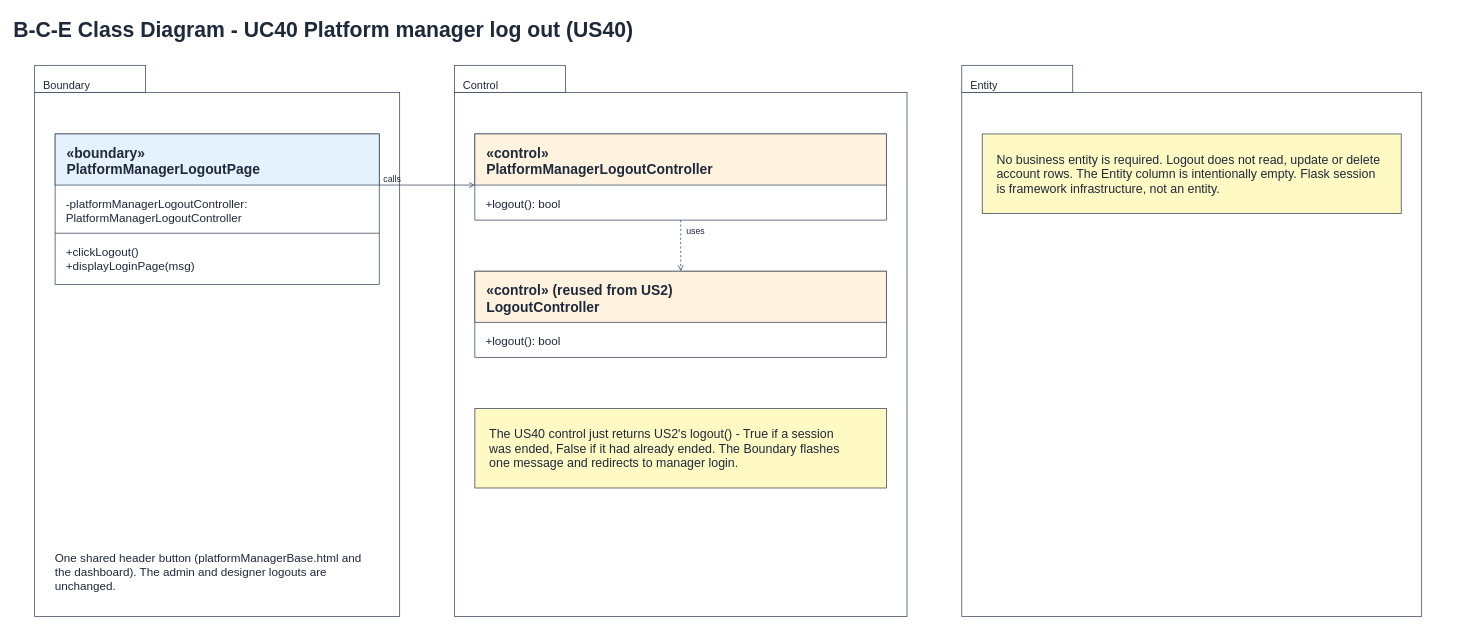
Above: page "5 BCE Class Diagram" (6 of 7) of Sprint_2/US40 - Platform Manager Log out/US40 Platform manager log out.drawio in Hanzxc/CSIT314-ARCHSS (draw.io), before the change. Source tidied: cells renumbered, new cells numbered last; positions are measured from the earlier drawing's top-left corner, leaving out a move shared by most shapes. Both pictures are drawn from the tidied source at 73%, with x=0, y=0 at pixel (12, 12).
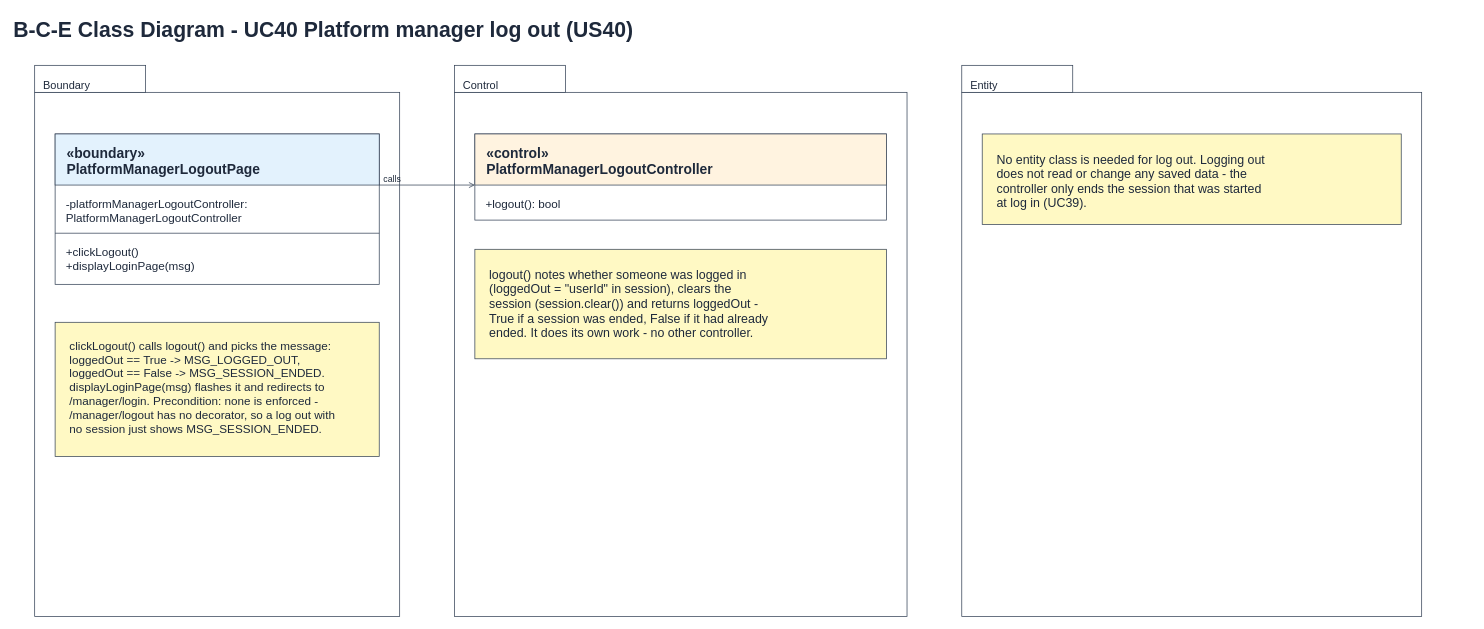
The same page after the edit.

Diff of the diagram source:
```diff
@@
-    <mxCell id="22" style="rounded=0;whiteSpace=wrap;fillColor=#ffffff;strokeColor=#334155;" parent="1" vertex="1">
-      <mxGeometry x="634" y="355" width="564" height="118" as="geometry" />
-    </mxCell>
-    <mxCell id="23" style="rounded=0;whiteSpace=wrap;fillColor=#fff3e0;strokeColor=#334155;" parent="1" vertex="1">
-      <mxGeometry x="634" y="355" width="564" height="70" as="geometry" />
-    </mxCell>
-    <mxCell id="24" value="«control» (reused from US2)&#10;LogoutController" style="text;html=0;align=left;verticalAlign=top;fontSize=19;fontStyle=1;fontColor=#1e293b;" parent="1" vertex="1">
-      <mxGeometry x="648" y="363" width="536" height="56" as="geometry" />
-    </mxCell>
-    <mxCell id="25" value="+logout(): bool" style="text;html=0;align=left;verticalAlign=top;fontSize=16;fontStyle=0;fontColor=#1e293b;" parent="1" vertex="1">
-      <mxGeometry x="647" y="435" width="536" height="26" as="geometry" />
-    </mxCell>
     <mxCell id="26" style="rounded=0;whiteSpace=wrap;fillColor=#fff9c4;strokeColor=#334155;" parent="1" vertex="1">
-      <mxGeometry x="634" y="543" width="564" height="109" as="geometry" />
+      <mxGeometry x="634" y="325" width="564" height="150" as="geometry" />
     </mxCell>
-    <mxCell id="27" value="The US40 control just returns US2's logout() - True if a session&#10;was ended, False if it had already ended. The Boundary flashes&#10;one message and redirects to manager login." style="text;html=0;align=left;verticalAlign=top;fontSize=17;fontStyle=0;fontColor=#1e293b;" parent="1" vertex="1">
-      <mxGeometry x="652" y="561" width="528" height="73" as="geometry" />
+    <mxCell id="27" value="logout() notes whether someone was logged in&#10;(loggedOut = &quot;userId&quot; in session), clears the&#10;session (session.clear()) and returns loggedOut -&#10;True if a session was ended, False if it had already&#10;ended. It does its own work - no other controller." style="text;html=0;align=left;verticalAlign=top;fontSize=17;fontStyle=0;fontColor=#1e293b;" parent="1" vertex="1">
+      <mxGeometry x="652" y="343" width="528" height="120" as="geometry" />
     </mxCell>
     <mxCell id="28" style="rounded=0;whiteSpace=wrap;fillColor=#fff9c4;strokeColor=#334155;" parent="1" vertex="1">
-      <mxGeometry x="1329" y="167" width="574" height="109" as="geometry" />
+      <mxGeometry x="1329" y="167" width="574" height="124" as="geometry" />
     </mxCell>
-    <mxCell id="29" value="No business entity is required. Logout does not read, update or delete&#10;account rows. The Entity column is intentionally empty. Flask session&#10;is framework infrastructure, not an entity." style="text;html=0;align=left;verticalAlign=top;fontSize=17;fontStyle=0;fontColor=#1e293b;" parent="1" vertex="1">
-      <mxGeometry x="1347" y="185" width="538" height="73" as="geometry" />
+    <mxCell id="29" value="No entity class is needed for log out. Logging out&#10;does not read or change any saved data - the&#10;controller only ends the session that was started&#10;at log in (UC39)." style="text;html=0;align=left;verticalAlign=top;fontSize=17;fontStyle=0;fontColor=#1e293b;" parent="1" vertex="1">
+      <mxGeometry x="1347" y="185" width="538" height="100" as="geometry" />
     </mxCell>
-    <mxCell id="30" value="One shared header button (platformManagerBase.html and&#10;the dashboard). The admin and designer logouts are&#10;unchanged." style="text;html=0;align=left;verticalAlign=top;fontSize=16;fontStyle=0;fontColor=#1e293b;" parent="1" vertex="1">
-      <mxGeometry x="57" y="732" width="440" height="70" as="geometry" />
-    </mxCell>
@@
-    <mxCell id="33" style="endArrow=open;html=0;dashed=1;strokeColor=#334155;" parent="1" edge="1">
-      <mxGeometry relative="1" as="geometry">
-        <mxPoint x="916" y="285" as="sourcePoint" />
-        <mxPoint x="916" y="355" as="targetPoint" />
-      </mxGeometry>
+    <mxCell id="33" style="rounded=0;whiteSpace=wrap;fillColor=#fff9c4;strokeColor=#334155;" parent="1" vertex="1">
+      <mxGeometry x="59" y="425" width="444" height="184" as="geometry" />
     </mxCell>
-    <mxCell id="34" value="uses" style="text;html=0;align=left;verticalAlign=top;fontSize=12;fontStyle=0;fontColor=#1e293b;" parent="1" vertex="1">
-      <mxGeometry x="922" y="287" width="34" height="20" as="geometry" />
+    <mxCell id="34" value="clickLogout() calls logout() and picks the message:&#10;loggedOut == True -&gt; MSG_LOGGED_OUT,&#10;loggedOut == False -&gt; MSG_SESSION_ENDED.&#10;displayLoginPage(msg) flashes it and redirects to&#10;/manager/login. Precondition: none is enforced -&#10;/manager/logout has no decorator, so a log out with&#10;no session just shows MSG_SESSION_ENDED." style="text;html=0;align=left;verticalAlign=top;fontSize=16;fontStyle=0;fontColor=#1e293b;" parent="1" vertex="1">
+      <mxGeometry x="77" y="441" width="412" height="160" as="geometry" />
     </mxCell>
```
